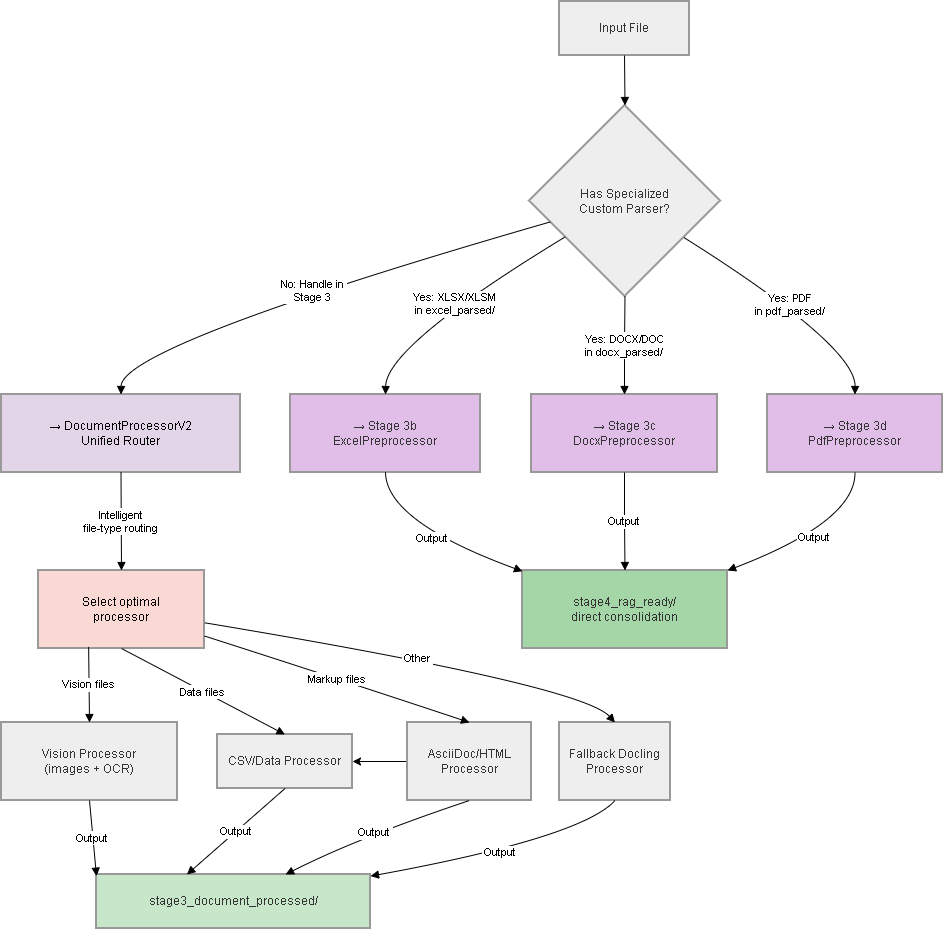
Earlier version of the draw.io export Phase_2_Report/img/pdz/Report 252 Diagram-Processing Decision Flow.drawio.png (pdz1804/capstone-project). Source tidied: cells renumbered, new cells last; positions are measured from the earlier drawing's top-left corner, leaving out a move shared by most shapes.
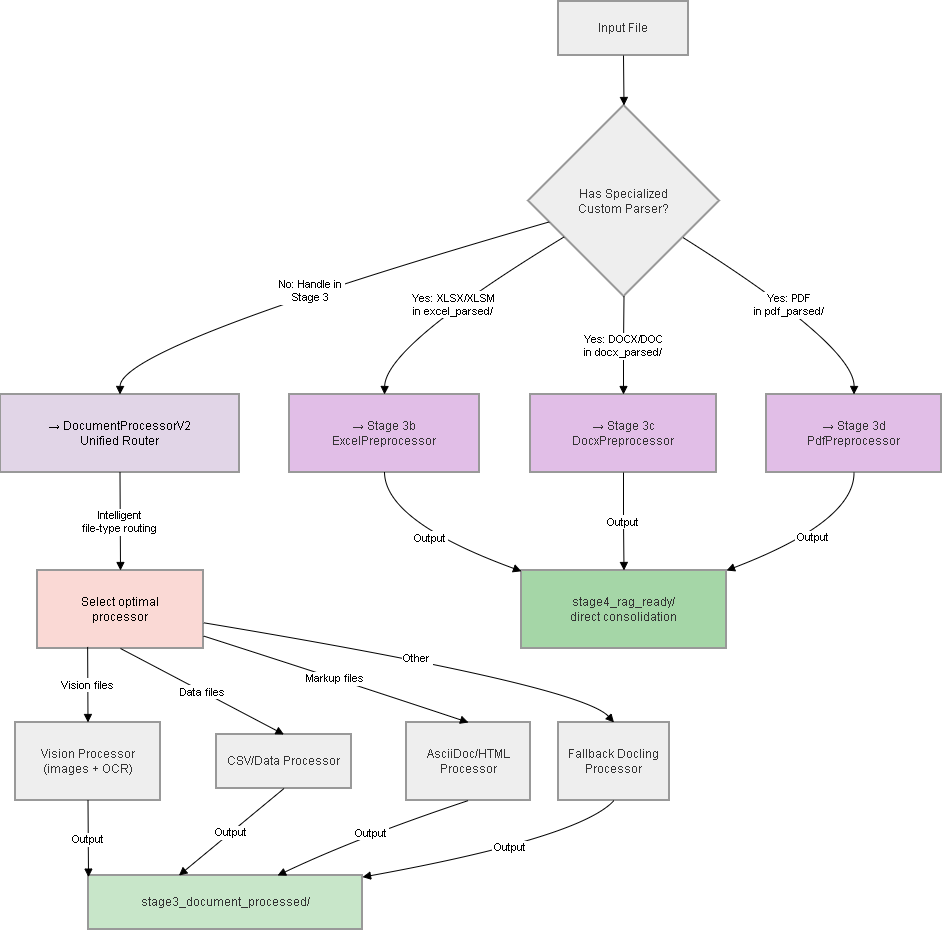
Above is the later version.

Commit message:
update: pipeline diagram

What changed in the source:
```diff
@@ -24,14 +24,11 @@
       <mxGeometry x="37" y="569" width="166" height="78" as="geometry" />
     </mxCell>
     <mxCell id="9" value="Vision Processor&#10;(images + OCR)" style="whiteSpace=wrap;strokeWidth=2;fillColor=light-dark(#eeeeee,#1f2020);strokeColor=light-dark(#999999,#cccccc);fontColor=light-dark(#333333,#cccccc);" parent="1" vertex="1">
-      <mxGeometry y="721" width="176" height="78" as="geometry" />
+      <mxGeometry x="15" y="721" width="145" height="78" as="geometry" />
     </mxCell>
     <mxCell id="10" value="CSV/Data Processor" style="whiteSpace=wrap;strokeWidth=2;fillColor=light-dark(#eeeeee,#1f2020);strokeColor=light-dark(#999999,#cccccc);fontColor=light-dark(#333333,#cccccc);" parent="1" vertex="1">
       <mxGeometry x="216" y="733" width="135" height="54" as="geometry" />
     </mxCell>
-    <mxCell id="11" style="edgeStyle=orthogonalEdgeStyle;rounded=0;jettySize=auto;html=1;" parent="1" edge="1" source="12" target="10">
-      <mxGeometry relative="1" as="geometry" />
-    </mxCell>
     <mxCell id="12" value="AsciiDoc/HTML&#10;Processor" style="whiteSpace=wrap;strokeWidth=2;fillColor=light-dark(#eeeeee,#1f2020);strokeColor=light-dark(#999999,#cccccc);fontColor=light-dark(#333333,#cccccc);" parent="1" vertex="1">
       <mxGeometry x="406" y="721" width="124" height="78" as="geometry" />
     </mxCell>
@@ -39,7 +36,7 @@
       <mxGeometry x="558" y="721" width="111" height="78" as="geometry" />
     </mxCell>
     <mxCell id="14" value="stage3_document_processed/" style="whiteSpace=wrap;strokeWidth=2;fillColor=#c8e6c9;strokeColor=light-dark(#999999,#cccccc);fontColor=light-dark(#333333,#cccccc);" parent="1" vertex="1">
-      <mxGeometry x="95" y="873" width="274" height="54" as="geometry" />
+      <mxGeometry x="88" y="874" width="274" height="54" as="geometry" />
     </mxCell>
     <mxCell id="15" value="stage4_rag_ready/&#10;direct consolidation" style="whiteSpace=wrap;strokeWidth=2;fillColor=#a5d6a7;strokeColor=light-dark(#999999,#cccccc);fontColor=light-dark(#333333,#cccccc);" parent="1" vertex="1">
       <mxGeometry x="521" y="569" width="205" height="78" as="geometry" />
@@ -112,10 +109,11 @@
       </mxGeometry>
     </mxCell>
     <mxCell id="29" value="Output" style="curved=1;startArrow=none;endArrow=block;exitX=0.5;exitY=1;entryX=1;entryY=0.03;rounded=0;" parent="1" edge="1" source="13" target="14">
-      <mxGeometry relative="1" as="geometry">
+      <mxGeometry x="-0.12" y="-3" relative="1" as="geometry">
         <Array as="points">
           <mxPoint x="580" y="836" />
         </Array>
+        <mxPoint x="-1" as="offset" />
       </mxGeometry>
     </mxCell>
     <mxCell id="30" value="Output" style="curved=1;startArrow=none;endArrow=block;exitX=0.5;exitY=1;entryX=0;entryY=0.01;rounded=0;" parent="1" edge="1" source="4" target="15">
```
